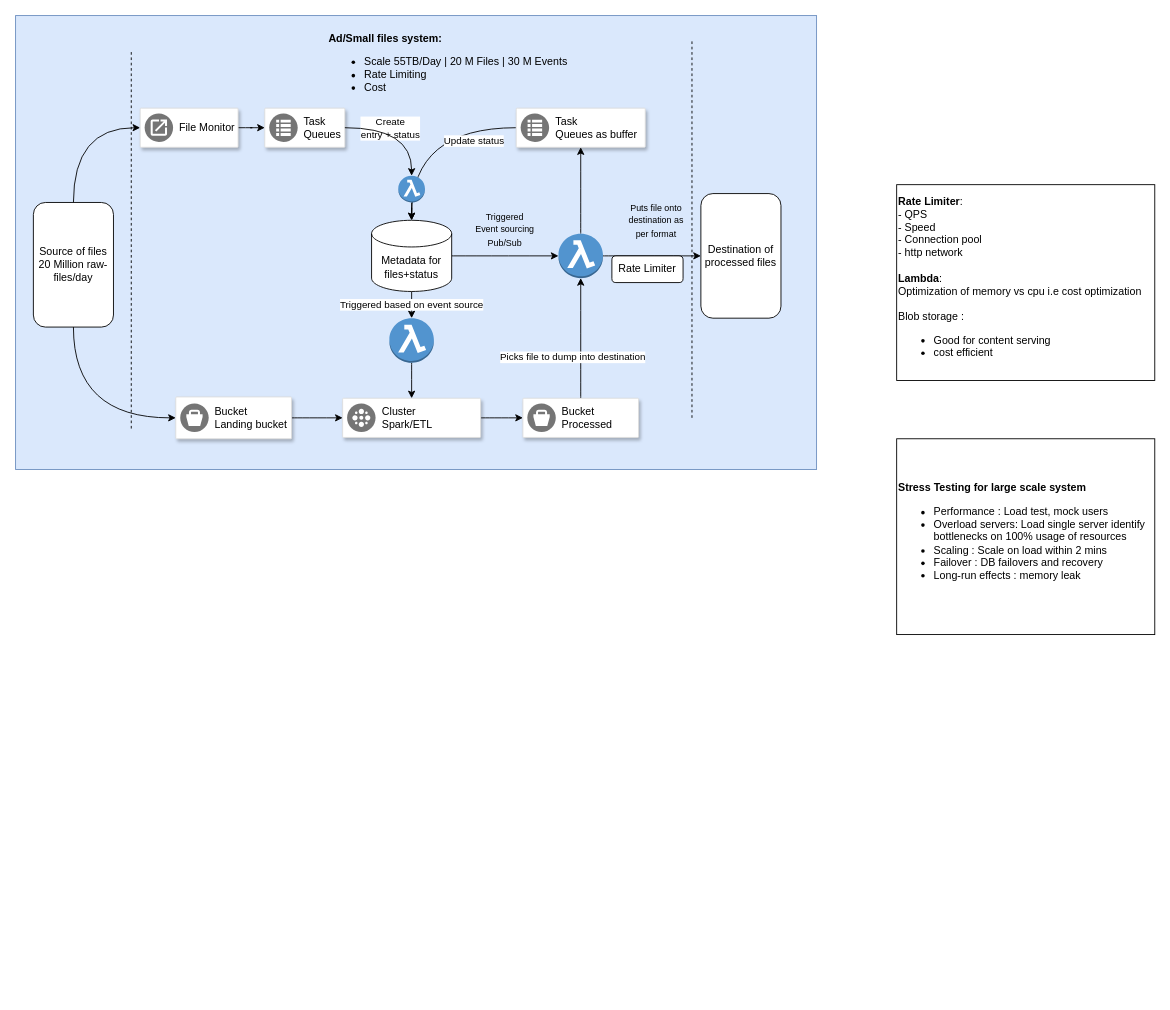
Above: page "Snippets" (4 of 4) of SysDiagram.drawio in hemant9899/ReactLearn (draw.io), before the change. Source tidied: cells renumbered, new cells numbered last; positions are measured from the earlier drawing's top-left corner, leaving out a move shared by most shapes. Both pictures are drawn from the tidied source at 89%, with x=0, y=0 at pixel (15, 15).
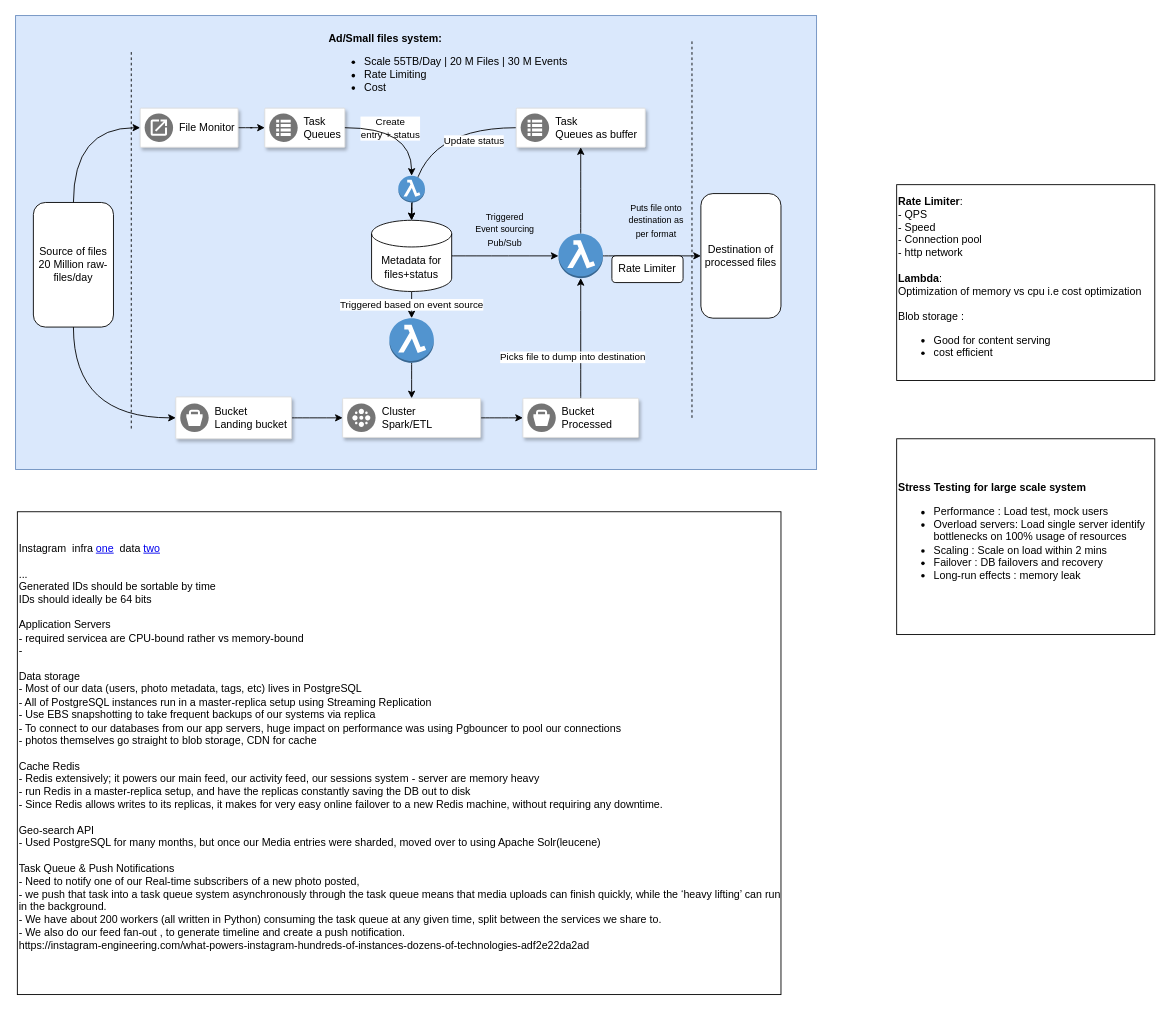
The same diagram, later.

The edit, as a diff of the source:
```diff
@@
+    <mxCell id="46" value="&lt;div&gt;Instagram&amp;nbsp; infra&amp;nbsp;&lt;a href=&quot;https://instagram-engineering.com/what-powers-instagram-hundreds-of-instances-dozens-of-technologies-adf2e22da2ad&quot;&gt;one&lt;/a&gt;&amp;nbsp; data&amp;nbsp;&lt;a href=&quot;https://instagram-engineering.com/sharding-ids-at-instagram-1cf5a71e5a5c&quot;&gt;two&lt;/a&gt;&lt;/div&gt;&lt;div&gt;&lt;span&gt;&lt;br&gt;&lt;/span&gt;&lt;/div&gt;&lt;div&gt;&lt;span&gt;...&lt;/span&gt;&lt;/div&gt;&lt;div&gt;&lt;span style=&quot;font-size: 12px&quot;&gt;&lt;div&gt;Generated IDs should be sortable by time&lt;/div&gt;&lt;div&gt;IDs should ideally be 64 bits&lt;/div&gt;&lt;div&gt;&lt;br&gt;&lt;/div&gt;&lt;div&gt;Application Servers&lt;/div&gt;&lt;div&gt;- required servicea are CPU-bound rather vs memory-bound&lt;/div&gt;&lt;div&gt;-&amp;nbsp;&lt;/div&gt;&lt;div&gt;&lt;br&gt;&lt;/div&gt;&lt;div&gt;Data storage&lt;/div&gt;&lt;div&gt;- Most of our data (users, photo metadata, tags, etc) lives in PostgreSQL&lt;/div&gt;&lt;div&gt;- All of PostgreSQL instances run in a master-replica setup using Streaming Replication&lt;/div&gt;&lt;div&gt;- Use EBS snapshotting to take frequent backups of our systems via replica&lt;/div&gt;&lt;div&gt;- To connect to our databases from our app servers, huge impact on performance was using Pgbouncer to pool our connections&lt;/div&gt;&lt;div&gt;- photos themselves go straight to blob storage, CDN for cache&lt;/div&gt;&lt;div&gt;&lt;br&gt;&lt;/div&gt;&lt;div&gt;Cache Redis&amp;nbsp;&lt;/div&gt;&lt;div&gt;- Redis extensively; it powers our main feed, our activity feed, our sessions system - server are memory heavy&lt;/div&gt;&lt;div&gt;- run Redis in a master-replica setup, and have the replicas constantly saving the DB out to disk&lt;/div&gt;&lt;div&gt;- Since Redis allows writes to its replicas, it makes for very easy online failover to a new Redis machine, without requiring any downtime.&lt;/div&gt;&lt;div&gt;&lt;br&gt;&lt;/div&gt;&lt;div&gt;Geo-search API&lt;/div&gt;&lt;div&gt;- Used PostgreSQL for many months, but once our Media entries were sharded, moved over to using Apache Solr(leucene)&lt;/div&gt;&lt;div&gt;&lt;br&gt;&lt;/div&gt;&lt;div&gt;Task Queue &amp;amp; Push Notifications&lt;/div&gt;&lt;div&gt;- Need to notify one of our Real-time subscribers of a new photo posted,&amp;nbsp;&lt;/div&gt;&lt;div&gt;- we push that task into a task queue system asynchronously through the task queue means that media uploads can finish quickly, while the ‘heavy lifting’ can run in the background.&amp;nbsp;&lt;/div&gt;&lt;div&gt;- We have about 200 workers (all written in Python) consuming the task queue at any given time, split between the services we share to.&amp;nbsp;&lt;/div&gt;&lt;div&gt;- We also do our feed fan-out , to generate timeline and create a push notification.&lt;/div&gt;&lt;div&gt;https://instagram-engineering.com/what-powers-instagram-hundreds-of-instances-dozens-of-technologies-adf2e22da2ad&lt;/div&gt;&lt;/span&gt;&lt;/div&gt;&lt;div&gt;&lt;span&gt;&lt;br&gt;&lt;/span&gt;&lt;/div&gt;" style="rounded=0;whiteSpace=wrap;html=1;align=left;" parent="1" vertex="1">
+      <mxGeometry x="2" y="557.5" width="858" height="542.5" as="geometry" />
+    </mxCell>
```
